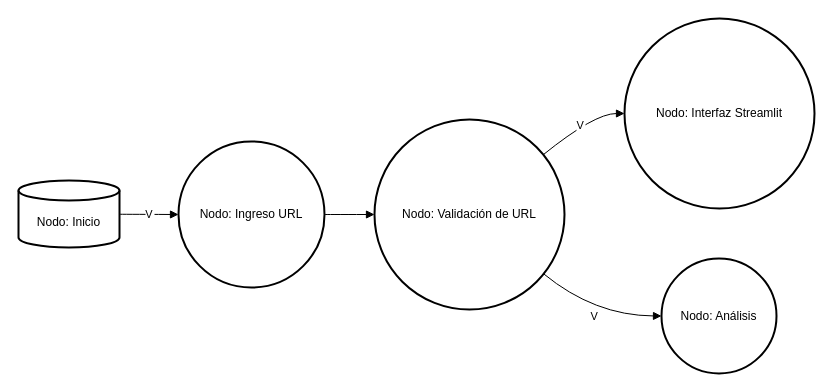
Before: Untitled Diagram.drawio in infantesromeroadrian/AI-GPT-URL-Detection, a draw.io diagram. Source tidied: cells renumbered, new cells numbered last; positions are measured from the earlier drawing's top-left corner, leaving out a move shared by most shapes. Both pictures are drawn from the tidied source at 100%, with x=0, y=0 at pixel (18, 18).
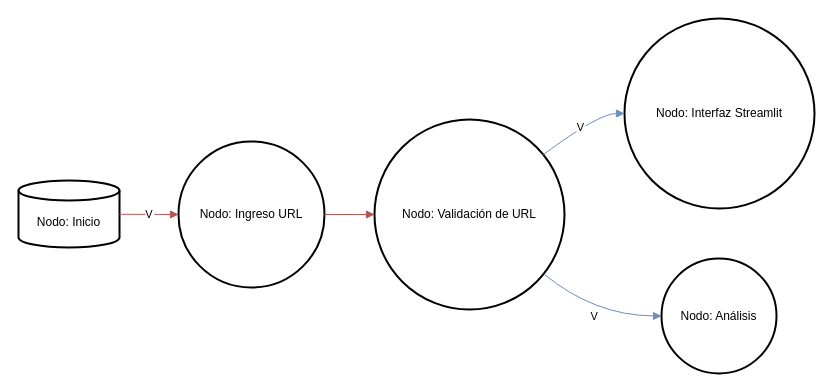
The same diagram, later.

The edit, as a diff of the source:
```diff
@@
 <mxGraphModel>
   <root>
     <mxCell id="0" />
     <mxCell id="1" parent="0" />
     <mxCell id="2" value="Nodo: Inicio" style="shape=cylinder3;boundedLbl=1;backgroundOutline=1;size=10;strokeWidth=2;whiteSpace=wrap;" parent="1" vertex="1">
       <mxGeometry y="162" width="101" height="67" as="geometry" />
     </mxCell>
     <mxCell id="3" value="Nodo: Ingreso URL" style="ellipse;strokeWidth=2;whiteSpace=wrap;" parent="1" vertex="1">
       <mxGeometry x="160" y="123" width="146" height="146" as="geometry" />
     </mxCell>
     <mxCell id="4" value="Nodo: Validación de URL" style="ellipse;strokeWidth=2;whiteSpace=wrap;" parent="1" vertex="1">
       <mxGeometry x="356" y="101" width="190" height="190" as="geometry" />
     </mxCell>
     <mxCell id="5" value="Nodo: Interfaz Streamlit" style="ellipse;strokeWidth=2;whiteSpace=wrap;" parent="1" vertex="1">
       <mxGeometry x="606" width="190" height="190" as="geometry" />
     </mxCell>
     <mxCell id="6" value="Nodo: Análisis" style="ellipse;strokeWidth=2;whiteSpace=wrap;" parent="1" vertex="1">
       <mxGeometry x="643" y="240" width="115" height="115" as="geometry" />
     </mxCell>
-    <mxCell id="7" value="V" style="curved=1;startArrow=none;endArrow=block;exitX=0.9982982673267327;exitY=0.50390625;entryX=0.001605308219178082;entryY=0.4983679366438356;" parent="1" edge="1" source="2" target="3">
+    <mxCell id="7" value="V" style="curved=1;startArrow=none;endArrow=block;exitX=0.9982982673267327;exitY=0.50390625;entryX=0.001605308219178082;entryY=0.4983679366438356;flowAnimation=1;fillColor=#f8cecc;strokeColor=#b85450;" parent="1" edge="1" source="2" target="3">
       <mxGeometry relative="1" as="geometry" />
     </mxCell>
-    <mxCell id="8" style="curved=1;startArrow=none;endArrow=block;exitX=1.000535102739726;exitY=0.4983679366438356;entryX=0.00041118421052631577;entryY=0.4987458881578947;" parent="1" edge="1" source="3" target="4">
+    <mxCell id="8" style="curved=1;startArrow=none;endArrow=block;exitX=1.000535102739726;exitY=0.4983679366438356;entryX=0.00041118421052631577;entryY=0.4987458881578947;flowAnimation=1;fillColor=#f8cecc;strokeColor=#b85450;" parent="1" edge="1" source="3" target="4">
       <mxGeometry relative="1" as="geometry" />
     </mxCell>
-    <mxCell id="9" value="V" style="curved=1;startArrow=none;endArrow=block;exitX=1.000575657894737;exitY=0.09375257827232986;entryX=-0.002549342105263158;entryY=0.49872532894736843;" parent="1" edge="1" source="4" target="5">
+    <mxCell id="9" value="V" style="curved=1;startArrow=none;endArrow=block;exitX=1.000575657894737;exitY=0.09375257827232986;entryX=-0.002549342105263158;entryY=0.49872532894736843;flowAnimation=1;fillColor=#dae8fc;strokeColor=#6c8ebf;" parent="1" edge="1" source="4" target="5">
       <mxGeometry relative="1" as="geometry">
         <Array as="points">
-          <mxPoint x="576" y="95" />
+          <mxPoint x="580" y="95" />
         </Array>
       </mxGeometry>
     </mxCell>
-    <mxCell id="10" value="V" style="curved=1;startArrow=none;endArrow=block;exitX=1.000575657894737;exitY=0.9037391980434596;entryX=0.00020380434782608695;entryY=0.4936141304347826;" parent="1" edge="1" source="4" target="6">
+    <mxCell id="10" value="V" style="curved=1;startArrow=none;endArrow=block;exitX=1.000575657894737;exitY=0.9037391980434596;entryX=0.00020380434782608695;entryY=0.4936141304347826;flowAnimation=1;fillColor=#dae8fc;strokeColor=#6c8ebf;" parent="1" edge="1" source="4" target="6">
       <mxGeometry relative="1" as="geometry">
         <Array as="points">
           <mxPoint x="576" y="297" />
         </Array>
       </mxGeometry>
     </mxCell>
   </root>
 </mxGraphModel>
```
